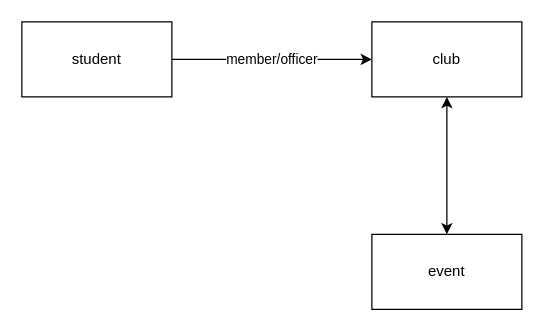
ryan-kwon/LL-Improve keeps this draw.io diagram as public/dbtables.drawio. Above is the earlier version. Source tidied: cells renumbered, new cells numbered last; positions are measured from the earlier drawing's top-left corner, leaving out a move shared by most shapes. Both pictures are drawn from the tidied source at 125%, with x=0, y=0 at pixel (21, 21).
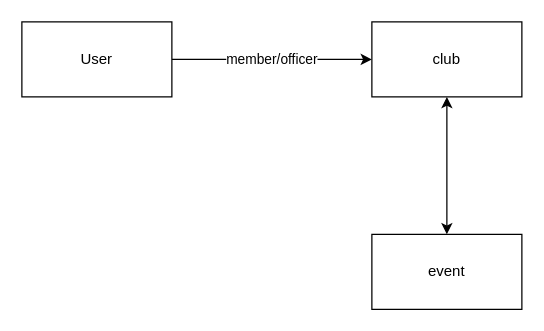
After the change.

Diff of the diagram source:
```diff
@@
 <mxGraphModel>
   <root>
     <mxCell id="0" />
     <mxCell id="1" parent="0" />
     <mxCell id="2" value="member/officer" style="edgeStyle=none;html=1;entryX=0;entryY=0.5;entryDx=0;entryDy=0;" parent="1" edge="1" source="3" target="4">
       <mxGeometry relative="1" as="geometry" />
     </mxCell>
-    <mxCell id="3" value="student" style="rounded=0;whiteSpace=wrap;html=1;" parent="1" vertex="1">
+    <mxCell id="3" value="User" style="rounded=0;whiteSpace=wrap;html=1;" parent="1" vertex="1">
       <mxGeometry width="120" height="60" as="geometry" />
     </mxCell>
     <mxCell id="4" value="club" style="rounded=0;whiteSpace=wrap;html=1;" parent="1" vertex="1">
       <mxGeometry x="280" width="120" height="60" as="geometry" />
     </mxCell>
     <mxCell id="5" style="edgeStyle=none;html=1;entryX=0.5;entryY=1;entryDx=0;entryDy=0;startArrow=classic;startFill=1;" parent="1" edge="1" source="6" target="4">
       <mxGeometry relative="1" as="geometry" />
     </mxCell>
     <mxCell id="6" value="event" style="rounded=0;whiteSpace=wrap;html=1;" parent="1" vertex="1">
       <mxGeometry x="280" y="170" width="120" height="60" as="geometry" />
     </mxCell>
   </root>
 </mxGraphModel>
```
